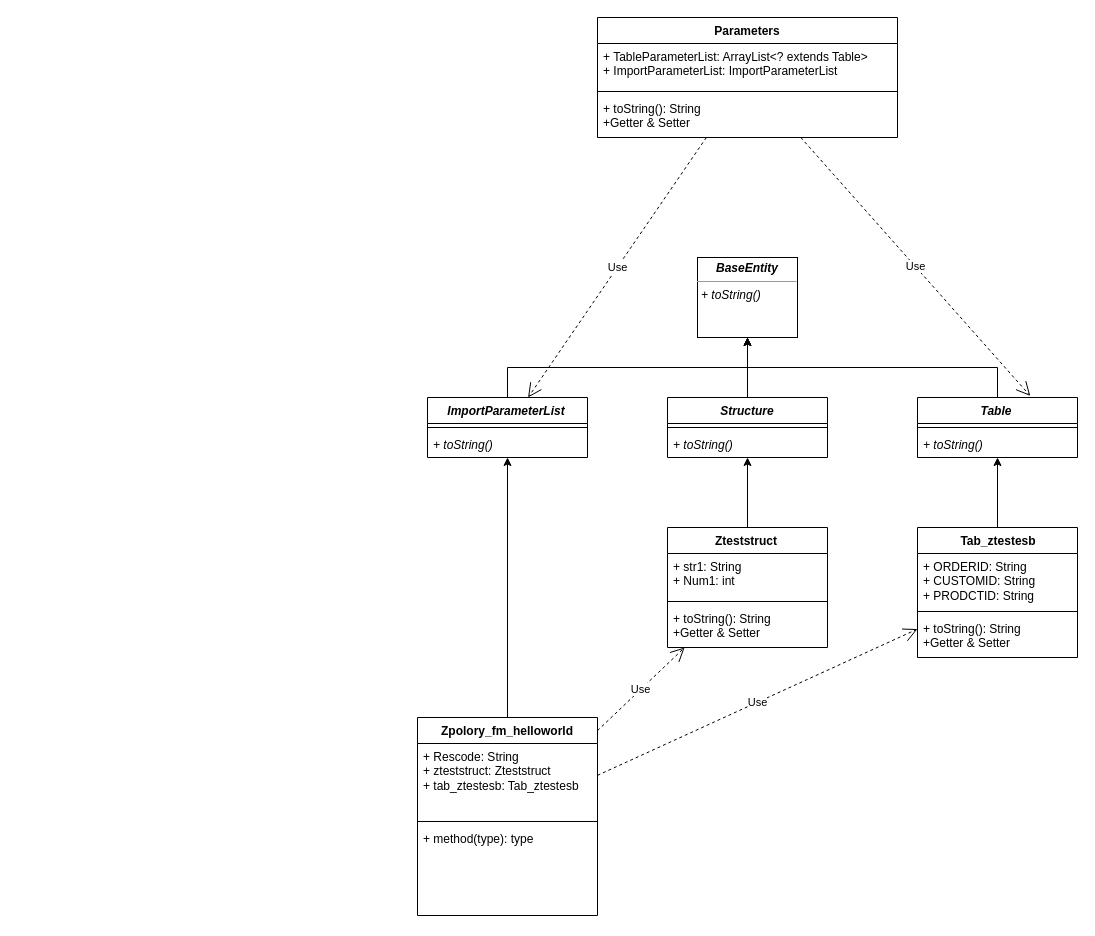
Before: 未命名绘图.drawio in jaxman020/SDD, a draw.io diagram. Source tidied: cells renumbered, new cells numbered last; positions are measured from the earlier drawing's top-left corner, leaving out a move shared by most shapes. Both pictures are drawn from the tidied source at 100%, with x=0, y=0 at pixel (417, 17).
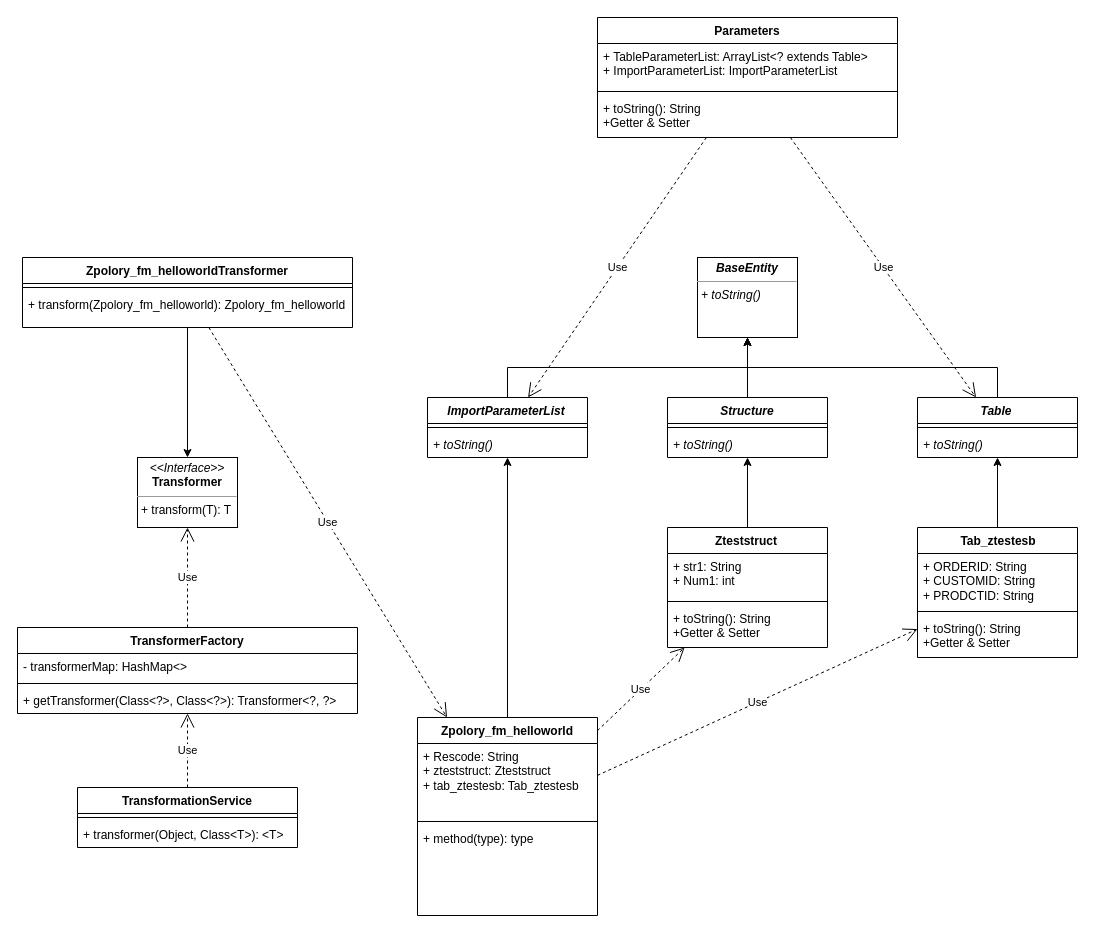
Above is the later version.

Unchanged cells that the change refers to:
```xml
<mxCell id="8" value="&lt;i&gt;Table&lt;/i&gt;&lt;span style=&quot;background-color:#ffffff;padding:0px 0px 0px 2px;&quot;&gt;&lt;/span&gt;" style="swimlane;fontStyle=1;align=center;verticalAlign=top;horizontal=1;startSize=26;whiteSpace=wrap;html=1;" parent="1" vertex="1">
  <mxGeometry x="500" y="380" width="160" height="60" as="geometry" />
</mxCell>
<mxCell id="12" value="Zpolory_fm_helloworld" style="swimlane;fontStyle=1;align=center;verticalAlign=top;horizontal=1;startSize=26;whiteSpace=wrap;html=1;" parent="1" vertex="1">
  <mxGeometry y="700" width="180" height="198" as="geometry" />
</mxCell>
<mxCell id="32" value="Parameters" style="swimlane;fontStyle=1;align=center;verticalAlign=top;horizontal=1;startSize=26;whiteSpace=wrap;html=1;" parent="1" vertex="1">
  <mxGeometry x="180" width="300" height="120" as="geometry" />
</mxCell>
```

Change to the diagram source:
```diff
@@
-    <mxCell id="37" value="Use" style="endArrow=open;endSize=12;dashed=1;html=1;rounded=0;jumpStyle=none;entryX=0.705;entryY=-0.026;entryDx=0;entryDy=0;entryPerimeter=0;" parent="1" edge="1" source="32" target="8">
+    <mxCell id="37" value="Use" style="endArrow=open;endSize=12;dashed=1;html=1;rounded=0;jumpStyle=none;" parent="1" edge="1" source="32" target="8">
       <mxGeometry relative="1" as="geometry" />
     </mxCell>
+    <mxCell id="38" value="&lt;p style=&quot;margin:0px;margin-top:4px;text-align:center;&quot;&gt;&lt;i&gt;&amp;lt;&amp;lt;Interface&amp;gt;&amp;gt;&lt;/i&gt;&lt;br&gt;&lt;b&gt;Transformer&lt;/b&gt;&lt;br&gt;&lt;/p&gt;&lt;hr size=&quot;1&quot;&gt;&lt;p style=&quot;margin:0px;margin-left:4px;&quot;&gt;&lt;/p&gt;&lt;p style=&quot;margin:0px;margin-left:4px;&quot;&gt;+ transform(T): T&lt;/p&gt;" style="verticalAlign=top;align=left;overflow=fill;fontSize=12;fontFamily=Helvetica;html=1;whiteSpace=wrap;" parent="1" vertex="1">
+      <mxGeometry x="-280" y="440" width="100" height="70" as="geometry" />
+    </mxCell>
+    <mxCell id="39" style="edgeStyle=orthogonalEdgeStyle;rounded=0;jettySize=auto;html=1;" parent="1" edge="1" source="40" target="38">
+      <mxGeometry relative="1" as="geometry" />
+    </mxCell>
+    <mxCell id="40" value="Zpolory_fm_helloworldTransformer" style="swimlane;fontStyle=1;align=center;verticalAlign=top;horizontal=1;startSize=26;whiteSpace=wrap;html=1;" parent="1" vertex="1">
+      <mxGeometry x="-395" y="240" width="330" height="70" as="geometry" />
+    </mxCell>
+    <mxCell id="41" style="line;strokeWidth=1;fillColor=none;align=left;verticalAlign=middle;spacingTop=-1;spacingLeft=3;spacingRight=3;labelPosition=right;strokeColor=inherit;" parent="40" vertex="1">
+      <mxGeometry y="26" width="330" height="8" as="geometry" />
+    </mxCell>
+    <mxCell id="42" value="+ transform(Zpolory_fm_helloworld):&amp;nbsp;Zpolory_fm_helloworld" style="text;strokeColor=none;fillColor=none;align=left;verticalAlign=top;spacingLeft=4;spacingRight=4;overflow=hidden;whiteSpace=wrap;html=1;" parent="40" vertex="1">
+      <mxGeometry y="34" width="330" height="36" as="geometry" />
+    </mxCell>
+    <mxCell id="43" value="TransformationService" style="swimlane;fontStyle=1;align=center;verticalAlign=top;horizontal=1;startSize=26;whiteSpace=wrap;html=1;" parent="1" vertex="1">
+      <mxGeometry x="-340" y="770" width="220" height="60" as="geometry" />
+    </mxCell>
+    <mxCell id="44" style="line;strokeWidth=1;fillColor=none;align=left;verticalAlign=middle;spacingTop=-1;spacingLeft=3;spacingRight=3;labelPosition=right;strokeColor=inherit;" parent="43" vertex="1">
+      <mxGeometry y="26" width="220" height="8" as="geometry" />
+    </mxCell>
+    <mxCell id="45" value="+ transformer(Object, Class&amp;lt;T&amp;gt;): &amp;lt;T&amp;gt;" style="text;strokeColor=none;fillColor=none;align=left;verticalAlign=top;spacingLeft=4;spacingRight=4;overflow=hidden;whiteSpace=wrap;html=1;" parent="43" vertex="1">
+      <mxGeometry y="34" width="220" height="26" as="geometry" />
+    </mxCell>
+    <mxCell id="46" value="TransformerFactory" style="swimlane;fontStyle=1;align=center;verticalAlign=top;horizontal=1;startSize=26;whiteSpace=wrap;html=1;" parent="1" vertex="1">
+      <mxGeometry x="-400" y="610" width="340" height="86" as="geometry" />
+    </mxCell>
+    <mxCell id="47" value="- transformerMap: HashMap&amp;lt;&amp;gt;" style="text;strokeColor=none;fillColor=none;align=left;verticalAlign=top;spacingLeft=4;spacingRight=4;overflow=hidden;whiteSpace=wrap;html=1;" parent="46" vertex="1">
+      <mxGeometry y="26" width="340" height="26" as="geometry" />
+    </mxCell>
+    <mxCell id="48" style="line;strokeWidth=1;fillColor=none;align=left;verticalAlign=middle;spacingTop=-1;spacingLeft=3;spacingRight=3;labelPosition=right;strokeColor=inherit;" parent="46" vertex="1">
+      <mxGeometry y="52" width="340" height="8" as="geometry" />
+    </mxCell>
+    <mxCell id="49" value="+ getTransformer(Class&amp;lt;?&amp;gt;, Class&amp;lt;?&amp;gt;): Transformer&amp;lt;?, ?&amp;gt;" style="text;strokeColor=none;fillColor=none;align=left;verticalAlign=top;spacingLeft=4;spacingRight=4;overflow=hidden;whiteSpace=wrap;html=1;" parent="46" vertex="1">
+      <mxGeometry y="60" width="340" height="26" as="geometry" />
+    </mxCell>
+    <mxCell id="50" value="Use" style="endArrow=open;endSize=12;dashed=1;html=1;rounded=0;" parent="1" edge="1" source="46" target="38">
+      <mxGeometry relative="1" as="geometry" />
+    </mxCell>
+    <mxCell id="51" value="Use" style="endArrow=open;endSize=12;dashed=1;html=1;rounded=0;" parent="1" edge="1" source="43" target="46">
+      <mxGeometry relative="1" as="geometry" />
+    </mxCell>
+    <mxCell id="52" value="Use" style="endArrow=open;endSize=12;dashed=1;html=1;rounded=0;" parent="1" edge="1" source="40" target="12">
+      <mxGeometry relative="1" as="geometry" />
+    </mxCell>
```
